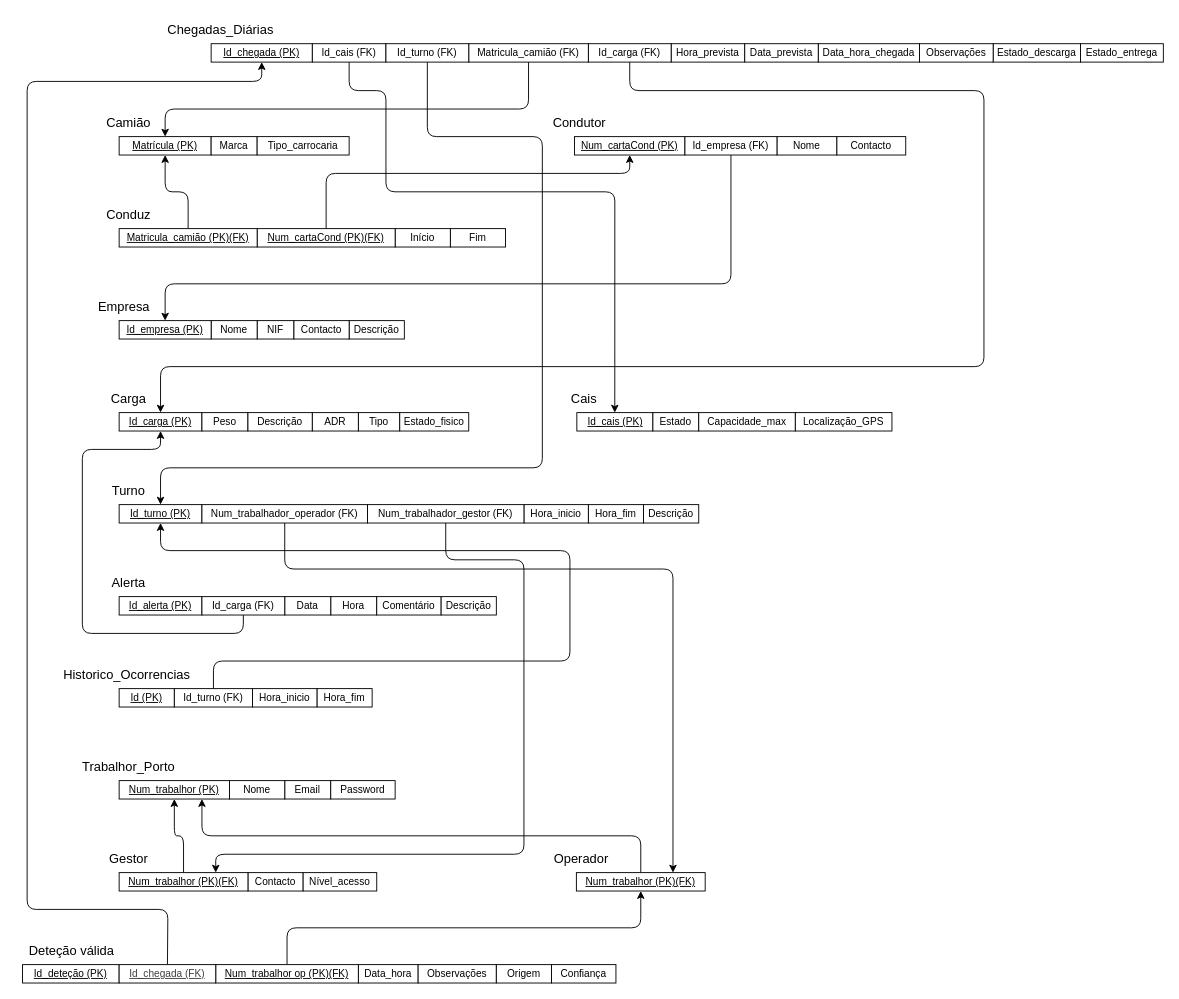
Earlier version of the draw.io diagram docs/BD/Relacional/ER-BD-IntelligentLogistics.drawio (PEI-HAZARDS/IntelligentLogistics). Source tidied: cells renumbered, new cells numbered last; positions are measured from the earlier drawing's top-left corner, leaving out a move shared by most shapes. Both pictures are drawn from the tidied source at 92%, with x=0, y=0 at pixel (16, 16).
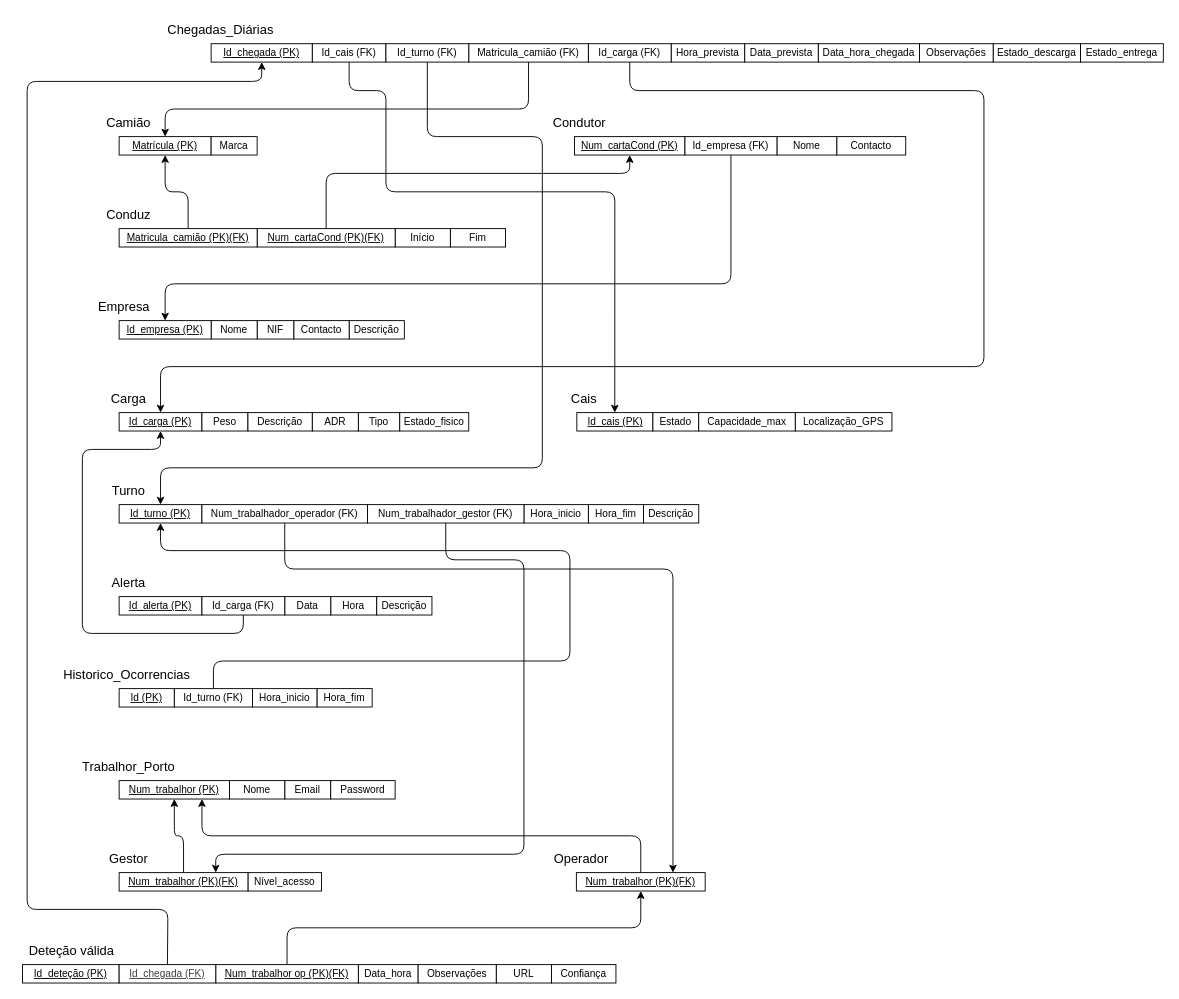
Above is the later version.

Change to the diagram source:
```diff
@@
-    <mxCell id="7" value="&lt;font style=&quot;font-size: 11px;&quot;&gt;Tipo_carrocaria&lt;/font&gt;" style="rounded=0;whiteSpace=wrap;html=1;" parent="1" vertex="1">
-      <mxGeometry x="262" y="131" width="100" height="20" as="geometry" />
-    </mxCell>
@@
-    <mxCell id="52" value="&lt;font style=&quot;font-size: 11px;&quot;&gt;Comentário&lt;/font&gt;" style="rounded=0;whiteSpace=wrap;html=1;" parent="1" vertex="1">
-      <mxGeometry x="392" y="631" width="70" height="20" as="geometry" />
-    </mxCell>
@@
-    <mxCell id="55" value="&lt;font style=&quot;font-size: 11px;&quot;&gt;Contacto&lt;/font&gt;" style="rounded=0;whiteSpace=wrap;html=1;" parent="1" vertex="1">
-      <mxGeometry x="252" y="931" width="60" height="20" as="geometry" />
-    </mxCell>
     <mxCell id="56" value="&lt;font style=&quot;font-size: 11px;&quot;&gt;Nível_acesso&lt;/font&gt;" style="rounded=0;whiteSpace=wrap;html=1;" parent="1" vertex="1">
-      <mxGeometry x="312" y="931" width="80" height="20" as="geometry" />
+      <mxGeometry x="252" y="931" width="80" height="20" as="geometry" />
     </mxCell>
@@
     <mxCell id="63" value="&lt;font style=&quot;font-size: 11px;&quot;&gt;Descrição&lt;/font&gt;" style="rounded=0;whiteSpace=wrap;html=1;" parent="1" vertex="1">
-      <mxGeometry x="462" y="631" width="60" height="20" as="geometry" />
+      <mxGeometry x="392" y="631" width="60" height="20" as="geometry" />
     </mxCell>
@@
-    <mxCell id="92" value="&lt;font style=&quot;font-size: 11px;&quot;&gt;Origem&lt;/font&gt;" style="rounded=0;whiteSpace=wrap;html=1;" parent="1" vertex="1">
+    <mxCell id="92" value="&lt;span style=&quot;font-size: 11px;&quot;&gt;URL&lt;/span&gt;" style="rounded=0;whiteSpace=wrap;html=1;" parent="1" vertex="1">
       <mxGeometry x="522" y="1031" width="60" height="20" as="geometry" />
     </mxCell>
```
